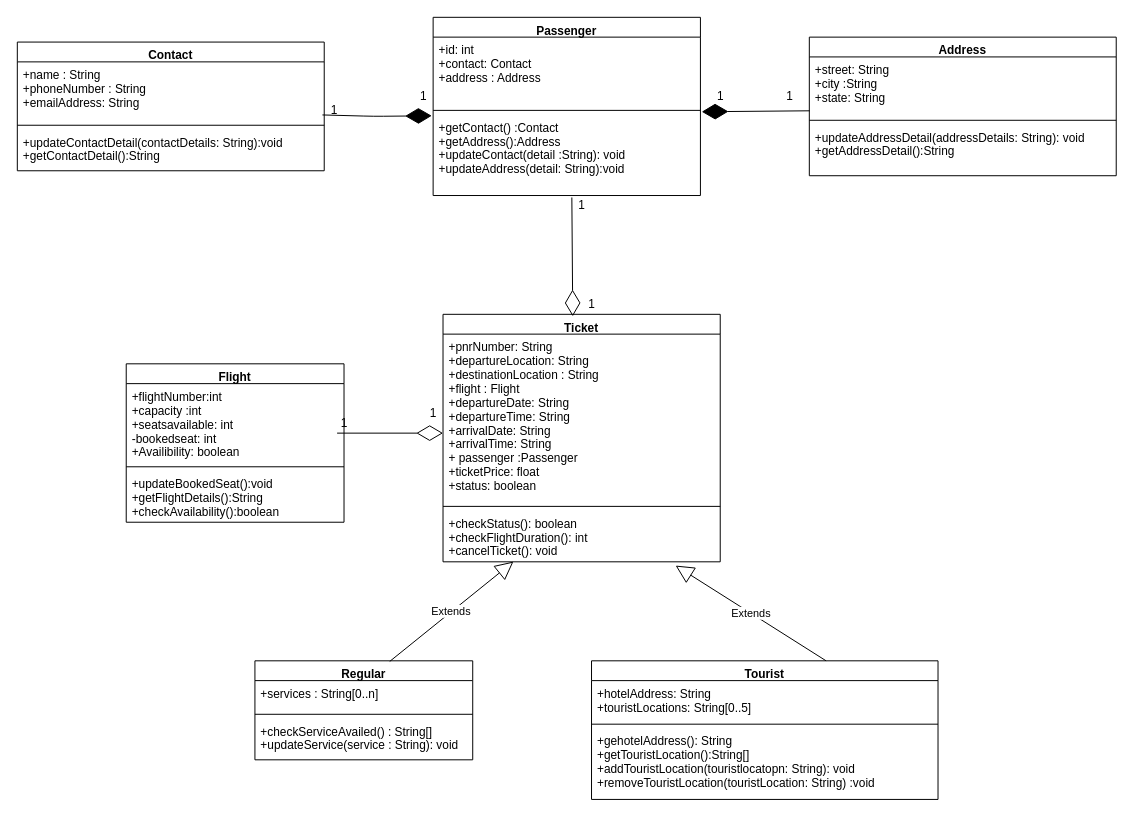
Pynbiangborlang/Upgrad_FRS_Project keeps this draw.io diagram as FRS.drawio. Above is the earlier version. Source tidied: cells renumbered, new cells numbered last; positions are measured from the earlier drawing's top-left corner, leaving out a move shared by most shapes. Both pictures are drawn from the tidied source at 99%, with x=0, y=0 at pixel (17, 17).
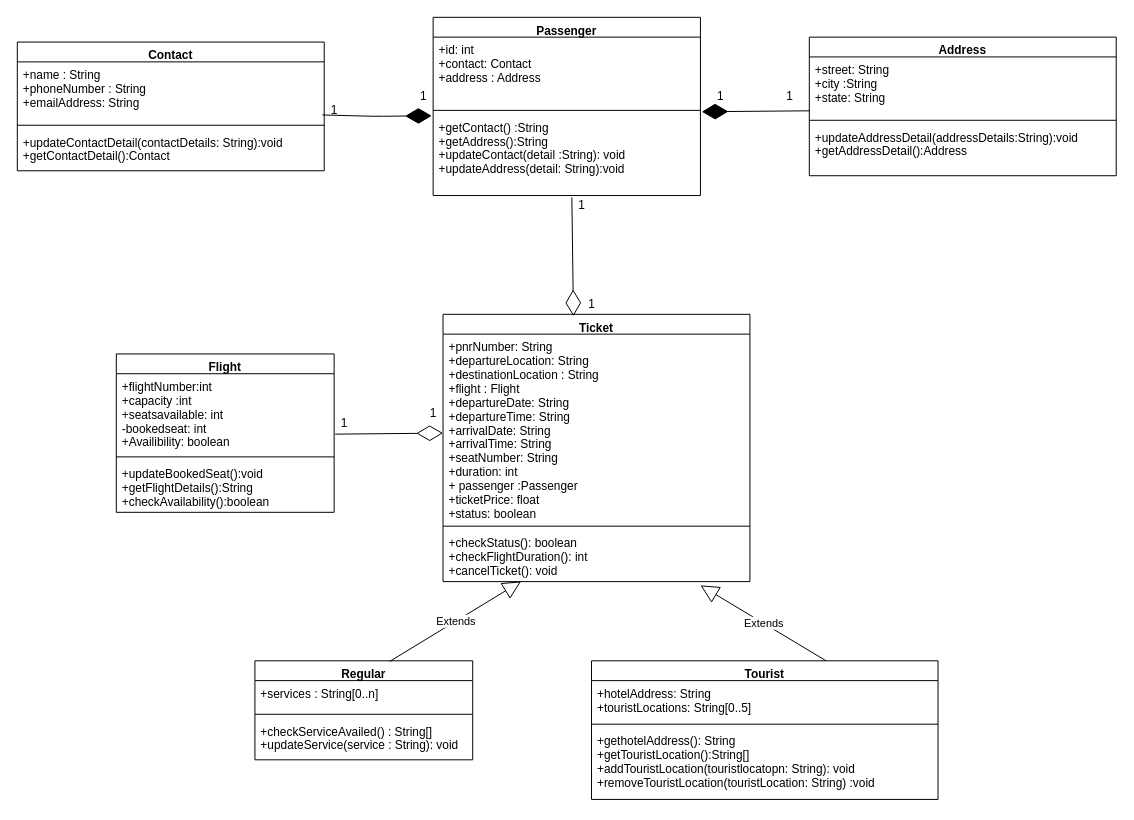
Above is the later version.

Commit message (it also covers changes not shown here):
Modified Class diagram and Polymorphism concept implemented

Unchanged cells that the change refers to:
```xml
<mxCell id="2" value="Passenger" style="swimlane;fontStyle=1;align=center;verticalAlign=top;horizontal=1;startSize=20;" parent="1" vertex="1">
  <mxGeometry x="420" width="270" height="180" as="geometry" />
</mxCell>
<mxCell id="6" value="Contact" style="swimlane;fontStyle=1;align=center;verticalAlign=top;horizontal=1;startSize=20;" parent="1" vertex="1">
  <mxGeometry y="25" width="310" height="130" as="geometry" />
</mxCell>
<mxCell id="10" value="Address" style="swimlane;fontStyle=1;align=center;verticalAlign=top;horizontal=1;startSize=20;" parent="1" vertex="1">
  <mxGeometry x="800" y="20" width="310" height="140" as="geometry" />
</mxCell>
<mxCell id="22" value="Tourist" style="swimlane;fontStyle=1;align=center;verticalAlign=top;horizontal=1;startSize=20;" parent="1" vertex="1">
  <mxGeometry x="580" y="650" width="350" height="140" as="geometry" />
</mxCell>
<mxCell id="27" value="+flightNumber:int&#10;+capacity :int&#10;+seatsavailable: int&#10;-bookedseat: int&#10;+Availibility: boolean" style="text;strokeColor=none;fillColor=none;align=left;verticalAlign=top;spacingLeft=4;spacingRight=4;overflow=hidden;points=[[0,0.5],[1,0.5]];portConstraint=eastwest;" parent="26" vertex="1">
  <mxGeometry y="20" width="220" height="80" as="geometry" />
</mxCell>
```

What changed in the source:
```diff
@@
-    <mxCell id="5" value="+getContact() :Contact&#10;+getAddress():Address&#10;+updateContact(detail :String): void&#10;+updateAddress(detail: String):void" style="text;strokeColor=none;fillColor=none;align=left;verticalAlign=top;spacingLeft=4;spacingRight=4;overflow=hidden;points=[[0,0.5],[1,0.5]];portConstraint=eastwest;" parent="2" vertex="1">
+    <mxCell id="5" value="+getContact() :String&#10;+getAddress():String&#10;+updateContact(detail :String): void&#10;+updateAddress(detail: String):void" style="text;strokeColor=none;fillColor=none;align=left;verticalAlign=top;spacingLeft=4;spacingRight=4;overflow=hidden;points=[[0,0.5],[1,0.5]];portConstraint=eastwest;" parent="2" vertex="1">
       <mxGeometry y="98" width="270" height="82" as="geometry" />
     </mxCell>
@@
-    <mxCell id="9" value="+updateContactDetail(contactDetails: String):void&#10;+getContactDetail():String" style="text;strokeColor=none;fillColor=none;align=left;verticalAlign=top;spacingLeft=4;spacingRight=4;overflow=hidden;" parent="6" vertex="1">
+    <mxCell id="9" value="+updateContactDetail(contactDetails: String):void&#10;+getContactDetail():Contact" style="text;strokeColor=none;fillColor=none;align=left;verticalAlign=top;spacingLeft=4;spacingRight=4;overflow=hidden;" parent="6" vertex="1">
       <mxGeometry y="88" width="310" height="42" as="geometry" />
     </mxCell>
@@
-    <mxCell id="13" value="+updateAddressDetail(addressDetails: String): void&#10;+getAddressDetail():String" style="text;strokeColor=none;fillColor=none;align=left;verticalAlign=top;spacingLeft=4;spacingRight=4;overflow=hidden;" parent="10" vertex="1">
+    <mxCell id="13" value="+updateAddressDetail(addressDetails:String):void&#10;+getAddressDetail():Address" style="text;strokeColor=none;fillColor=none;align=left;verticalAlign=top;spacingLeft=4;spacingRight=4;overflow=hidden;" parent="10" vertex="1">
       <mxGeometry y="88" width="310" height="52" as="geometry" />
     </mxCell>
     <mxCell id="14" value="Ticket" style="swimlane;fontStyle=1;align=center;verticalAlign=top;horizontal=1;startSize=20;" parent="1" vertex="1">
-      <mxGeometry x="430" y="300" width="280" height="250" as="geometry" />
+      <mxGeometry x="430" y="300" width="310" height="270" as="geometry" />
     </mxCell>
-    <mxCell id="15" value="+pnrNumber: String&#10;+departureLocation: String&#10;+destinationLocation : String&#10;+flight : Flight&#10;+departureDate: String&#10;+departureTime: String&#10;+arrivalDate: String&#10;+arrivalTime: String&#10;+ passenger :Passenger&#10;+ticketPrice: float&#10;+status: boolean" style="text;strokeColor=none;fillColor=none;align=left;verticalAlign=top;spacingLeft=4;spacingRight=4;overflow=hidden;" parent="14" vertex="1">
-      <mxGeometry y="20" width="280" height="170" as="geometry" />
+    <mxCell id="15" value="+pnrNumber: String&#10;+departureLocation: String&#10;+destinationLocation : String&#10;+flight : Flight&#10;+departureDate: String&#10;+departureTime: String&#10;+arrivalDate: String&#10;+arrivalTime: String&#10;+seatNumber: String&#10;+duration: int&#10;+ passenger :Passenger&#10;+ticketPrice: float&#10;+status: boolean" style="text;strokeColor=none;fillColor=none;align=left;verticalAlign=top;spacingLeft=4;spacingRight=4;overflow=hidden;" parent="14" vertex="1">
+      <mxGeometry y="20" width="310" height="190" as="geometry" />
     </mxCell>
     <mxCell id="16" style="line;strokeWidth=1;fillColor=none;align=left;verticalAlign=middle;spacingTop=-1;spacingLeft=3;spacingRight=3;labelPosition=right;" parent="14" vertex="1">
-      <mxGeometry y="190" width="280" height="8" as="geometry" />
+      <mxGeometry y="210" width="310" height="8" as="geometry" />
     </mxCell>
     <mxCell id="17" value="+checkStatus(): boolean&#10;+checkFlightDuration(): int&#10;+cancelTicket(): void" style="text;strokeColor=none;fillColor=none;align=left;verticalAlign=top;spacingLeft=4;spacingRight=4;overflow=hidden;points=[[0,0.5],[1,0.5]];portConstraint=eastwest;" parent="14" vertex="1">
-      <mxGeometry y="198" width="280" height="52" as="geometry" />
+      <mxGeometry y="218" width="310" height="52" as="geometry" />
     </mxCell>
@@
-    <mxCell id="25" value="+gehotelAddress(): String&#10;+getTouristLocation():String[]&#10;+addTouristLocation(touristlocatopn: String): void&#10;+removeTouristLocation(touristLocation: String) :void" style="text;strokeColor=none;fillColor=none;align=left;verticalAlign=top;spacingLeft=4;spacingRight=4;overflow=hidden;" parent="22" vertex="1">
+    <mxCell id="25" value="+gethotelAddress(): String&#10;+getTouristLocation():String[]&#10;+addTouristLocation(touristlocatopn: String): void&#10;+removeTouristLocation(touristLocation: String) :void" style="text;strokeColor=none;fillColor=none;align=left;verticalAlign=top;spacingLeft=4;spacingRight=4;overflow=hidden;" parent="22" vertex="1">
       <mxGeometry y="68" width="350" height="72" as="geometry" />
     </mxCell>
     <mxCell id="26" value="Flight" style="swimlane;fontStyle=1;align=center;verticalAlign=top;horizontal=1;startSize=20;" parent="1" vertex="1">
-      <mxGeometry x="110" y="350" width="220" height="160" as="geometry" />
+      <mxGeometry x="100" y="340" width="220" height="160" as="geometry" />
     </mxCell>
@@
-    <mxCell id="32" style="endArrow=diamondThin;endFill=0;endSize=24;html=1;entryX=0.468;entryY=0.008;entryDx=0;entryDy=0;entryPerimeter=0;exitX=0.519;exitY=1.024;exitDx=0;exitDy=0;exitPerimeter=0;" parent="1" edge="1" source="5" target="14">
+    <mxCell id="32" style="endArrow=diamondThin;endFill=0;endSize=24;html=1;exitX=0.519;exitY=1.024;exitDx=0;exitDy=0;exitPerimeter=0;entryX=0.425;entryY=0.007;entryDx=0;entryDy=0;entryPerimeter=0;" parent="1" edge="1" source="5" target="14">
       <mxGeometry relative="1" as="geometry" />
     </mxCell>
-    <mxCell id="33" style="endArrow=diamondThin;endFill=0;endSize=24;html=1;" parent="1" edge="1">
+    <mxCell id="33" style="endArrow=diamondThin;endFill=0;endSize=24;html=1;exitX=1.005;exitY=0.763;exitDx=0;exitDy=0;exitPerimeter=0;" parent="1" edge="1" source="27">
       <mxGeometry relative="1" as="geometry">
-        <mxPoint x="323" y="420" as="sourcePoint" />
         <mxPoint x="430" y="420" as="targetPoint" />
       </mxGeometry>
     </mxCell>
```
